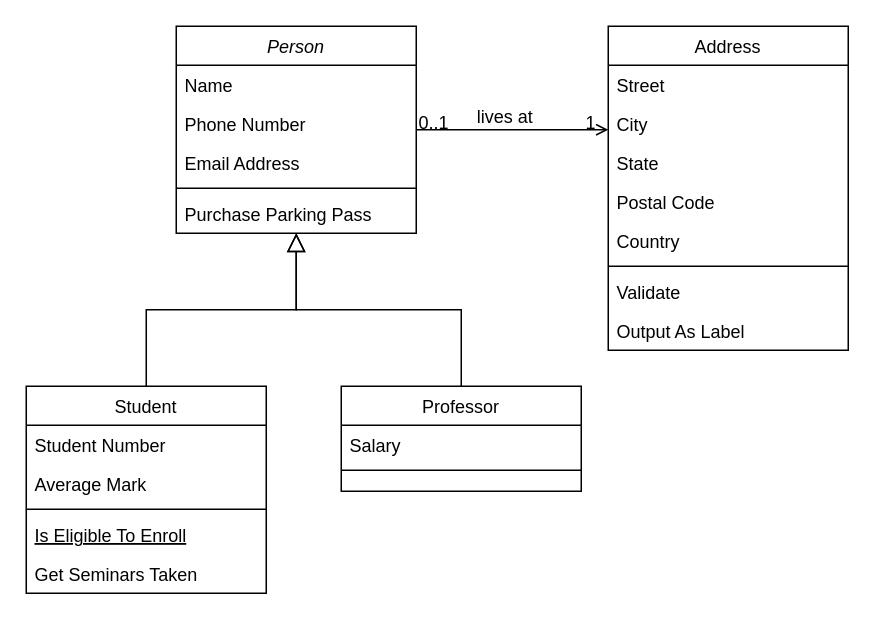
Above: tp1_.drawio in sr-bauducco/TP1-entrega1 (draw.io), before the change. Source tidied: cells renumbered, new cells numbered last; positions are measured from the earlier drawing's top-left corner, leaving out a move shared by most shapes. Both pictures are drawn from the tidied source at 150%, with x=0, y=0 at pixel (26, 26).
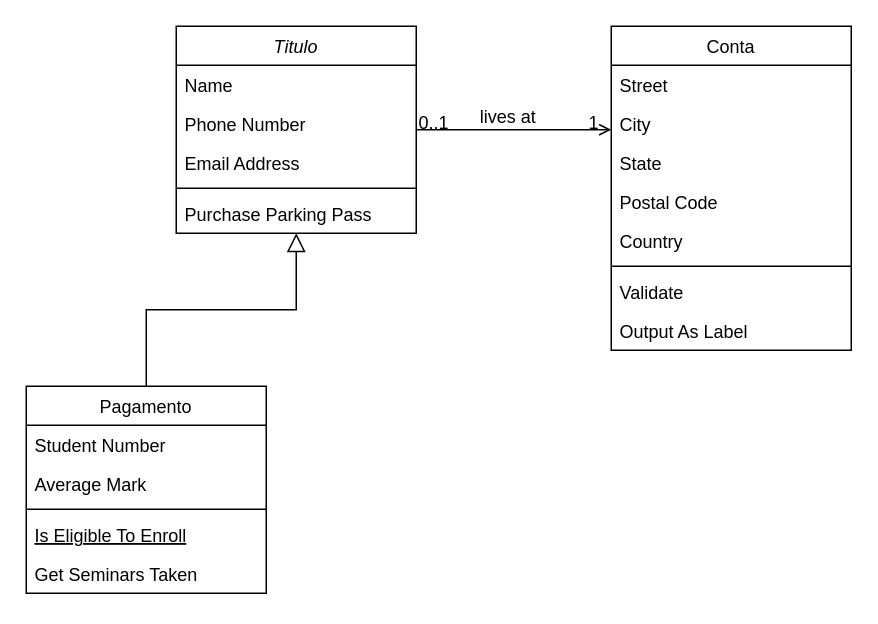
The same diagram, later.

Change to the diagram source:
```diff
@@
-    <mxCell id="2" value="Person" style="swimlane;fontStyle=2;align=center;verticalAlign=top;horizontal=1;startSize=26;rounded=0;shadow=0;strokeWidth=1;" parent="1" vertex="1">
+    <mxCell id="2" value="Titulo" style="swimlane;fontStyle=2;align=center;verticalAlign=top;horizontal=1;startSize=26;rounded=0;shadow=0;strokeWidth=1;" parent="1" vertex="1">
       <mxGeometry x="100" width="160" height="138" as="geometry" />
     </mxCell>
@@
-    <mxCell id="8" value="Student" style="swimlane;fontStyle=0;align=center;verticalAlign=top;horizontal=1;startSize=26;rounded=0;shadow=0;strokeWidth=1;" parent="1" vertex="1">
+    <mxCell id="8" value="Pagamento" style="swimlane;fontStyle=0;align=center;verticalAlign=top;horizontal=1;startSize=26;rounded=0;shadow=0;strokeWidth=1;" parent="1" vertex="1">
       <mxGeometry y="240" width="160" height="138" as="geometry" />
     </mxCell>
@@
-    <mxCell id="15" value="Professor" style="swimlane;fontStyle=0;align=center;verticalAlign=top;horizontal=1;startSize=26;rounded=0;shadow=0;strokeWidth=1;" parent="1" vertex="1">
-      <mxGeometry x="210" y="240" width="160" height="70" as="geometry" />
-    </mxCell>
-    <mxCell id="16" value="Salary" style="text;align=left;verticalAlign=top;spacingLeft=4;spacingRight=4;overflow=hidden;" parent="15" vertex="1">
-      <mxGeometry y="26" width="160" height="26" as="geometry" />
-    </mxCell>
-    <mxCell id="17" style="line;html=1;strokeWidth=1;align=left;verticalAlign=middle;spacingTop=-1;spacingLeft=3;spacingRight=3;labelPosition=right;" parent="15" vertex="1">
-      <mxGeometry y="52" width="160" height="8" as="geometry" />
-    </mxCell>
-    <mxCell id="18" style="endArrow=block;endSize=10;endFill=0;shadow=0;strokeWidth=1;rounded=0;curved=0;edgeStyle=elbowEdgeStyle;elbow=vertical;" parent="1" edge="1" source="15" target="2">
-      <mxGeometry relative="1" as="geometry" />
-    </mxCell>
-    <mxCell id="19" value="Address" style="swimlane;fontStyle=0;align=center;verticalAlign=top;horizontal=1;startSize=26;rounded=0;shadow=0;strokeWidth=1;" parent="1" vertex="1">
-      <mxGeometry x="388" width="160" height="216" as="geometry" />
+    <mxCell id="19" value="Conta" style="swimlane;fontStyle=0;align=center;verticalAlign=top;horizontal=1;startSize=26;rounded=0;shadow=0;strokeWidth=1;" parent="1" vertex="1">
+      <mxGeometry x="390" width="160" height="216" as="geometry" />
     </mxCell>
```
